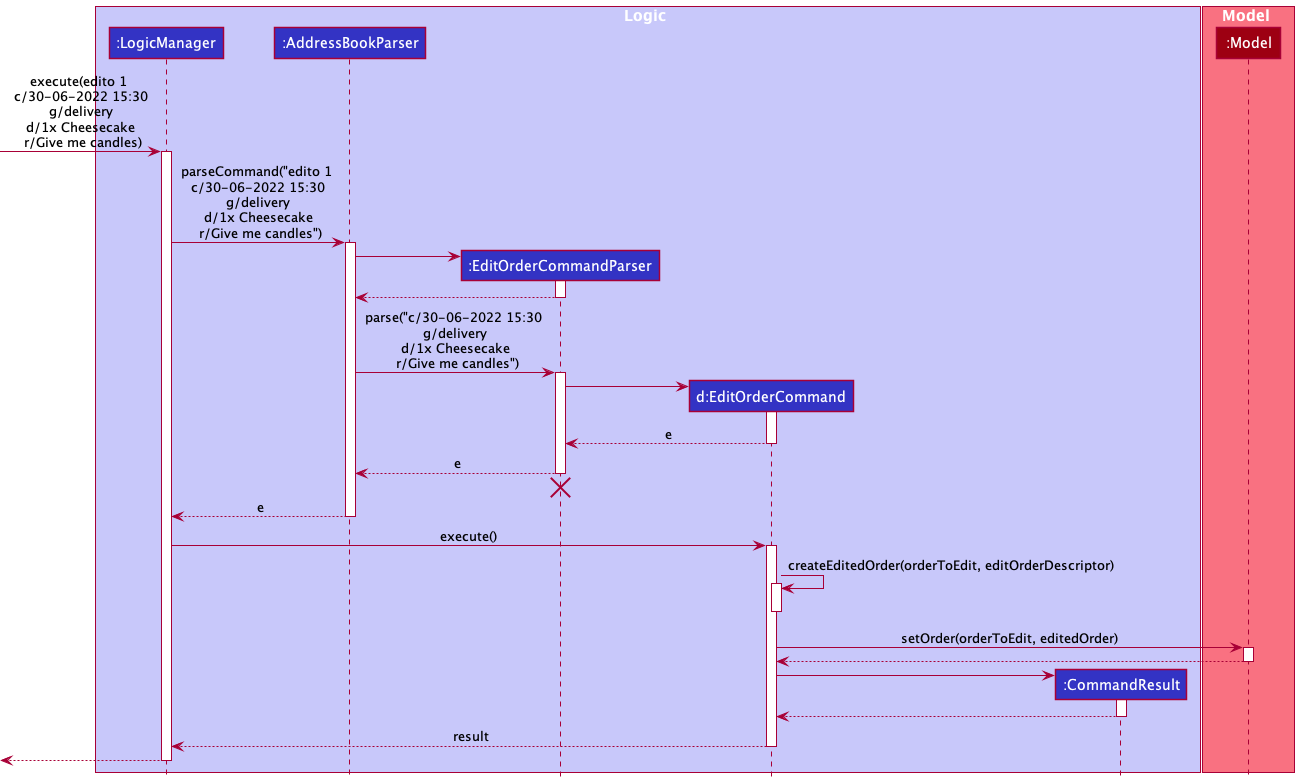
Earlier version of the PlantUML export docs/images/EditOrderSequenceDiagram.png (onefangg/tp). The source it was exported from:
```plantuml
@startuml
!include style.puml

box Logic LOGIC_COLOR_T1
participant ":LogicManager" as LogicManager LOGIC_COLOR
participant ":AddressBookParser" as AddressBookParser LOGIC_COLOR
participant ":EditOrderCommandParser" as EditOrderCommandParser LOGIC_COLOR
participant "d:EditOrderCommand" as EditOrderCommand LOGIC_COLOR
participant ":CommandResult" as CommandResult LOGIC_COLOR
end box

box Model MODEL_COLOR_T1
participant ":Model" as Model MODEL_COLOR
end box

[-> LogicManager : execute(edito 1 \n c/30-06-2022 15:30 \n g/delivery \n d/1x Cheesecake \n r/Give me candles)
activate LogicManager

LogicManager -> AddressBookParser : parseCommand("edito 1 \n c/30-06-2022 15:30 \n g/delivery \n d/1x Cheesecake \n r/Give me candles")
activate AddressBookParser

create EditOrderCommandParser
AddressBookParser -> EditOrderCommandParser
activate EditOrderCommandParser

EditOrderCommandParser --> AddressBookParser
deactivate EditOrderCommandParser

AddressBookParser -> EditOrderCommandParser : parse("c/30-06-2022 15:30 \n g/delivery \n d/1x Cheesecake \n r/Give me candles")
activate EditOrderCommandParser

create EditOrderCommand
EditOrderCommandParser -> EditOrderCommand
activate EditOrderCommand

EditOrderCommand --> EditOrderCommandParser : e
deactivate EditOrderCommand

EditOrderCommandParser --> AddressBookParser : e
deactivate EditOrderCommandParser
EditOrderCommandParser -[hidden]-> AddressBookParser
destroy EditOrderCommandParser

AddressBookParser --> LogicManager : e
deactivate AddressBookParser

LogicManager -> EditOrderCommand : execute()
activate EditOrderCommand

EditOrderCommand -> EditOrderCommand : createEditedOrder(orderToEdit, editOrderDescriptor)
activate EditOrderCommand
deactivate EditOrderCommand

EditOrderCommand -> Model : setOrder(orderToEdit, editedOrder)
activate Model

Model --> EditOrderCommand
deactivate Model

create CommandResult
EditOrderCommand -> CommandResult
activate CommandResult

CommandResult --> EditOrderCommand
deactivate CommandResult

EditOrderCommand --> LogicManager : result
deactivate EditOrderCommand

[<--LogicManager
deactivate LogicManager
@enduml
```
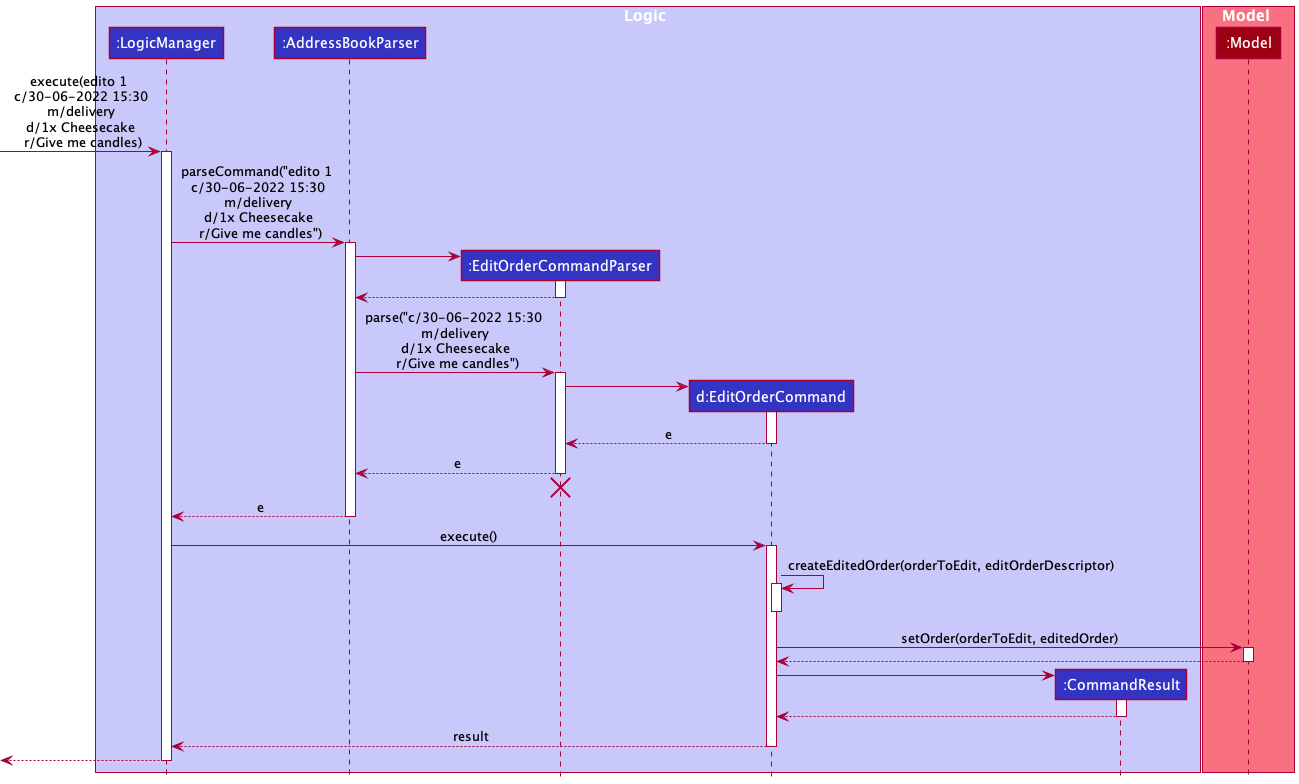
Above is the later version.

Commit message:
Update DG for reuse and edito

Change to the diagram source:
```diff
@@ -13,10 +13,10 @@
 participant ":Model" as Model MODEL_COLOR
 end box
 
-[-> LogicManager : execute(edito 1 \n c/30-06-2022 15:30 \n g/delivery \n d/1x Cheesecake \n r/Give me candles)
+[-> LogicManager : execute(edito 1 \n c/30-06-2022 15:30 \n m/delivery \n d/1x Cheesecake \n r/Give me candles)
 activate LogicManager
 
-LogicManager -> AddressBookParser : parseCommand("edito 1 \n c/30-06-2022 15:30 \n g/delivery \n d/1x Cheesecake \n r/Give me candles")
+LogicManager -> AddressBookParser : parseCommand("edito 1 \n c/30-06-2022 15:30 \n m/delivery \n d/1x Cheesecake \n r/Give me candles")
 activate AddressBookParser
 
 create EditOrderCommandParser
@@ -26,7 +26,7 @@
 EditOrderCommandParser --> AddressBookParser
 deactivate EditOrderCommandParser
 
-AddressBookParser -> EditOrderCommandParser : parse("c/30-06-2022 15:30 \n g/delivery \n d/1x Cheesecake \n r/Give me candles")
+AddressBookParser -> EditOrderCommandParser : parse("c/30-06-2022 15:30 \n m/delivery \n d/1x Cheesecake \n r/Give me candles")
 activate EditOrderCommandParser
 
 create EditOrderCommand
```
